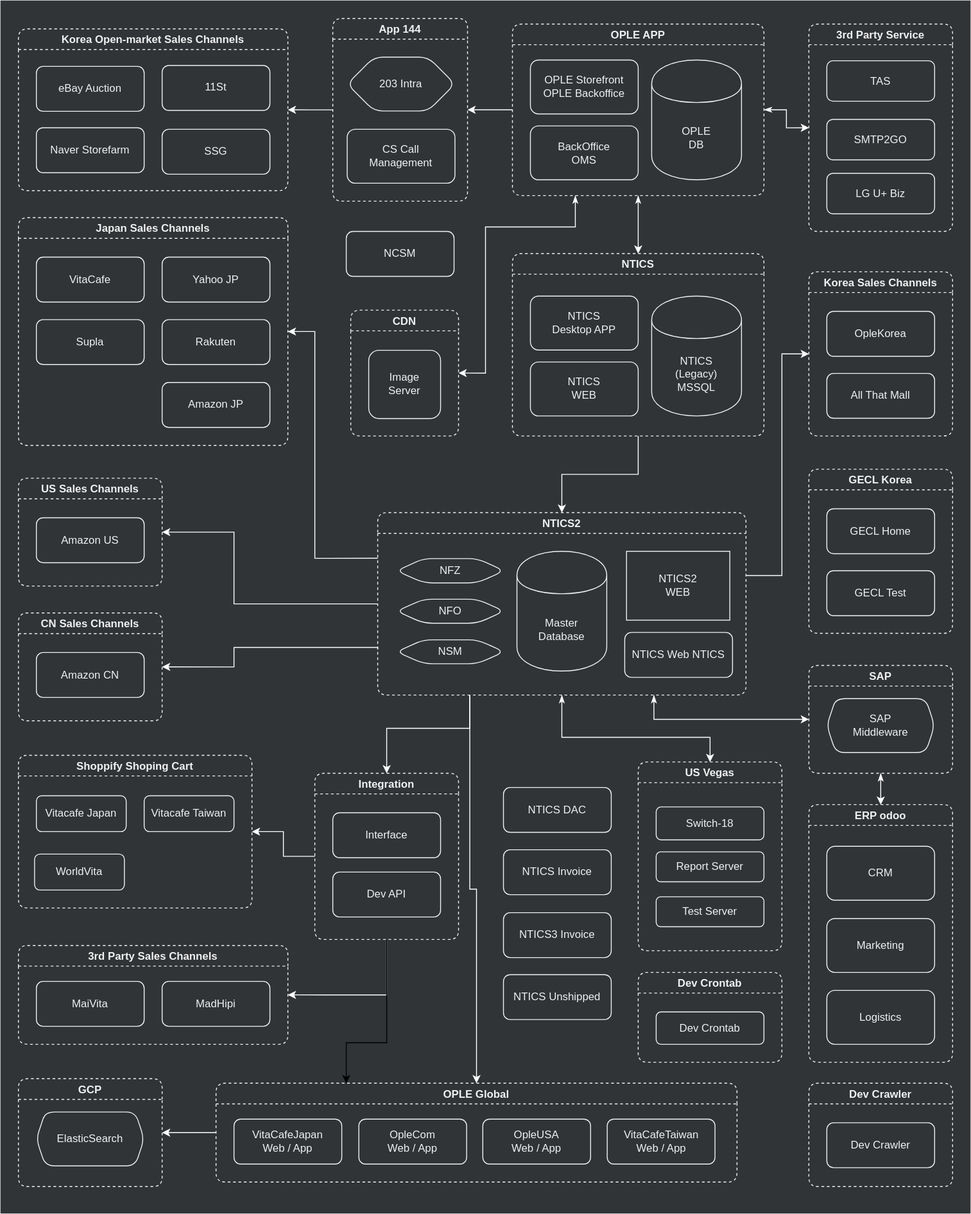
Earlier version of the draw.io export assets/.draw.io/references/infrastructure-diagram.svg (jiholee-ntwglobal/jiholee-ntwglobal.github.io). Source tidied: cells renumbered, new cells last; positions are measured from the earlier drawing's top-left corner, leaving out a move shared by most shapes.
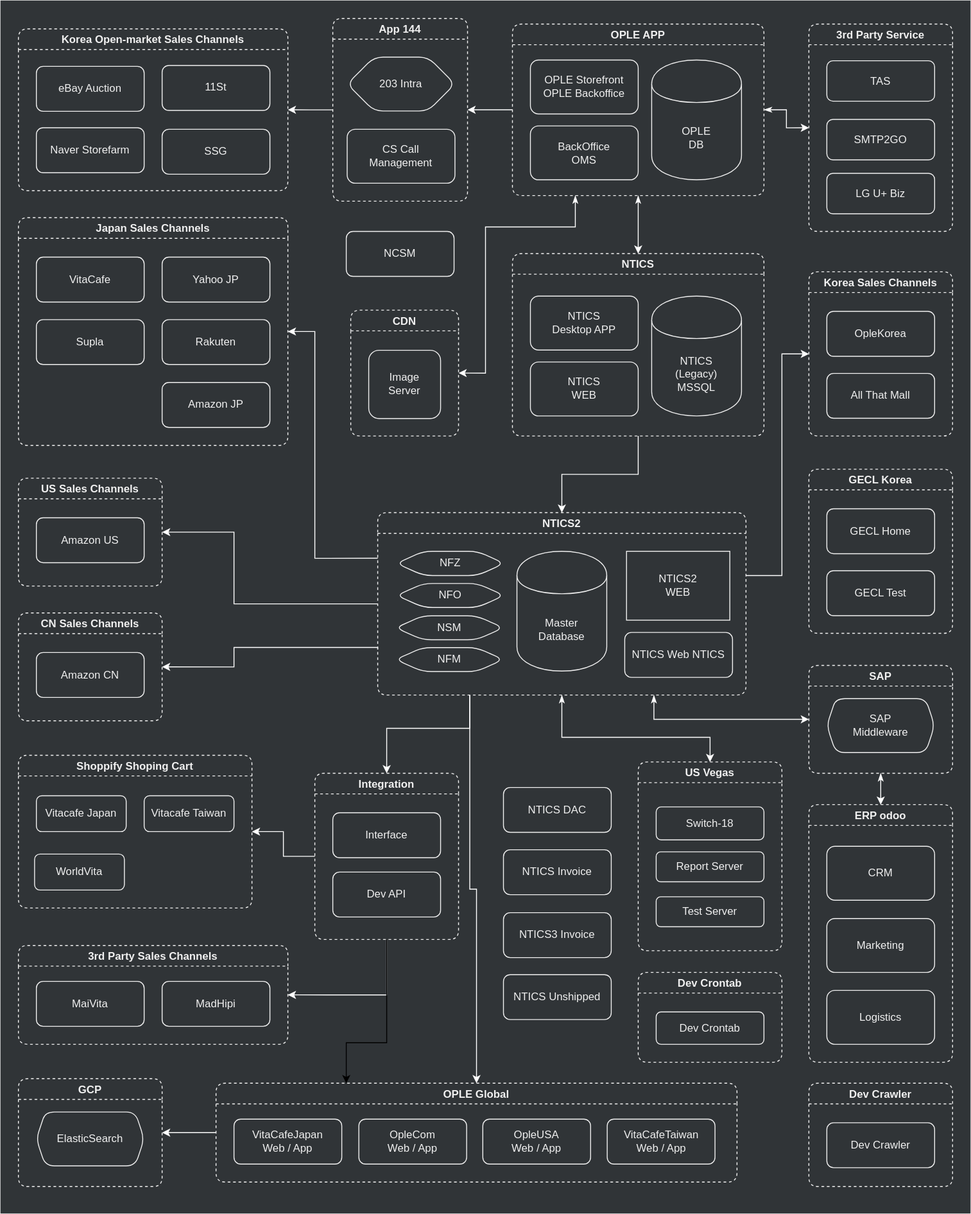
Later version of the same file.

The edit, as a diff of the source:
```diff
@@ -197,16 +197,16 @@
       <mxGeometry x="277" y="43" width="115" height="76.7" as="geometry" />
     </mxCell>
     <mxCell id="54" value="NFZ" style="shape=hexagon;perimeter=hexagonPerimeter2;whiteSpace=wrap;html=1;rounded=1;fillColor=none;fontColor=#F0F0F0;strokeColor=#F0F0F0;" parent="51" vertex="1">
-      <mxGeometry x="21" y="51.2" width="120" height="27" as="geometry" />
+      <mxGeometry x="21" y="43" width="120" height="27" as="geometry" />
     </mxCell>
     <mxCell id="55" value="NFO" style="shape=hexagon;perimeter=hexagonPerimeter2;whiteSpace=wrap;html=1;rounded=1;fillColor=none;fontColor=#F0F0F0;strokeColor=#F0F0F0;" parent="51" vertex="1">
-      <mxGeometry x="21" y="96.3" width="120" height="26.7" as="geometry" />
+      <mxGeometry x="21" y="78.8" width="120" height="26.7" as="geometry" />
     </mxCell>
     <mxCell id="56" value="NTICS Web NTICS" style="rounded=1;whiteSpace=wrap;html=1;fillColor=none;fontColor=#F0F0F0;strokeColor=#F0F0F0;" parent="51" vertex="1">
       <mxGeometry x="275" y="133.3" width="120" height="50" as="geometry" />
     </mxCell>
     <mxCell id="57" value="NSM" style="shape=hexagon;perimeter=hexagonPerimeter2;whiteSpace=wrap;html=1;rounded=1;fillColor=none;fontColor=#F0F0F0;strokeColor=#F0F0F0;" parent="51" vertex="1">
-      <mxGeometry x="21" y="141.5" width="120" height="26.7" as="geometry" />
+      <mxGeometry x="20" y="114.8" width="120" height="26.7" as="geometry" />
     </mxCell>
     <mxCell id="58" value="US Sales Channels" style="swimlane;rounded=1;fillColor=none;fontColor=#F0F0F0;strokeColor=#F0F0F0;dashed=1;" parent="1" vertex="1">
       <mxGeometry x="20" y="531.7" width="160" height="120" as="geometry" />
@@ -352,5 +352,8 @@
     <mxCell id="102" value="Dev Crontab" style="rounded=1;whiteSpace=wrap;html=1;fillColor=none;fontColor=#F0F0F0;strokeColor=#F0F0F0;" parent="101" vertex="1">
       <mxGeometry x="20" y="44" width="120" height="36" as="geometry" />
     </mxCell>
+    <mxCell id="103" value="NFM" style="shape=hexagon;perimeter=hexagonPerimeter2;whiteSpace=wrap;html=1;rounded=1;fillColor=none;fontColor=#F0F0F0;strokeColor=#F0F0F0;" parent="1" vertex="1">
+      <mxGeometry x="440" y="720.2" width="120" height="26.7" as="geometry" />
+    </mxCell>
   </root>
 </mxGraphModel>
```
